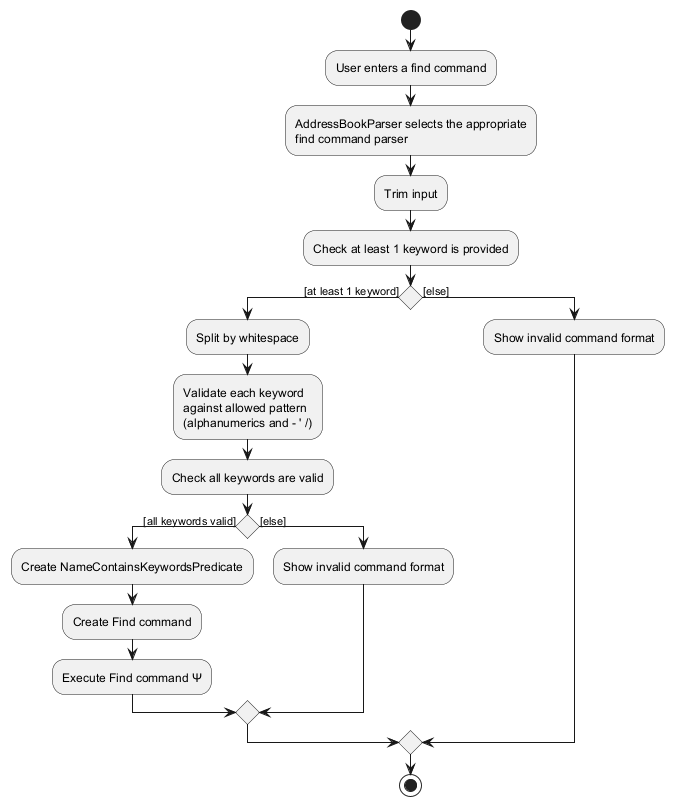
The PlantUML diagram docs/images/find/FindFeatureActivityDiagram-ParseValidate.png in AY2526S2-CS2103T-T17-1/tp, before a commit.
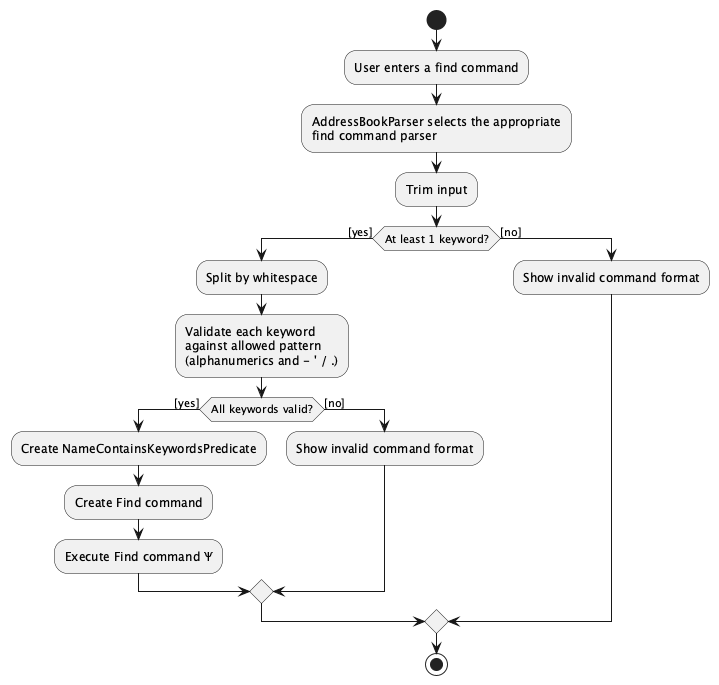
The same file after the commit.

Diff of the diagram source:
```diff
@@ -5,23 +5,21 @@
 find command parser;
 :Trim input;
 
-:Check at least 1 keyword is provided;
-if () then ([at least 1 keyword])
+if (At least 1 keyword?) then ([yes])
   :Split by whitespace;
   :Validate each keyword
   against allowed pattern
-  (alphanumerics and - ' /);
+  (alphanumerics and - ' / .);
 
-  :Check all keywords are valid;
-  if () then ([all keywords valid])
+  if (All keywords valid?) then ([yes])
     :Create NameContainsKeywordsPredicate;
     :Create Find command;
 
     :Execute Find command Ψ;
-  else ([else])
+  else ([no])
     :Show invalid command format;
   endif
-else ([else])
+else ([no])
   :Show invalid command format;
 endif
 stop
```
